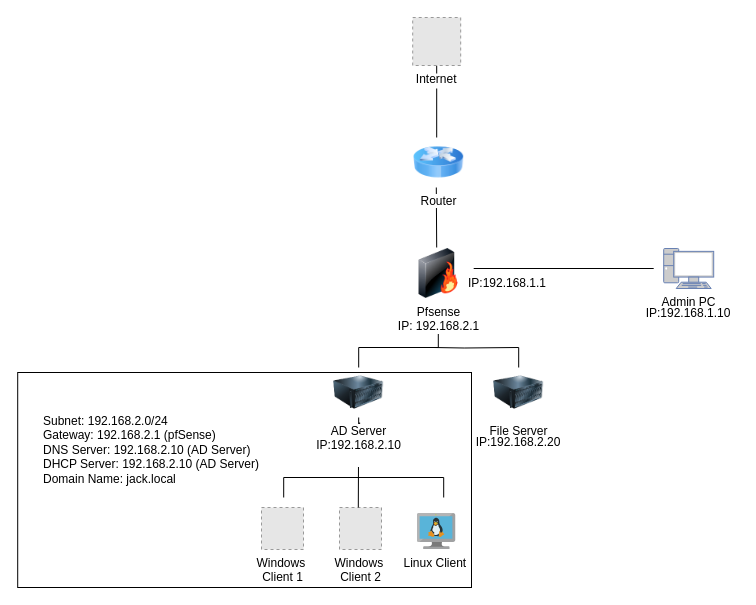
jack9789/AD-lab keeps this draw.io diagram as AD lab.drawio. Above is the earlier version. Source tidied: cells renumbered, new cells numbered last; positions are measured from the earlier drawing's top-left corner, leaving out a move shared by most shapes. Both pictures are drawn from the tidied source at 100%, with x=0, y=0 at pixel (17, 17). Pictures stored in the file or linked from it are replaced by grey dashed boxes.
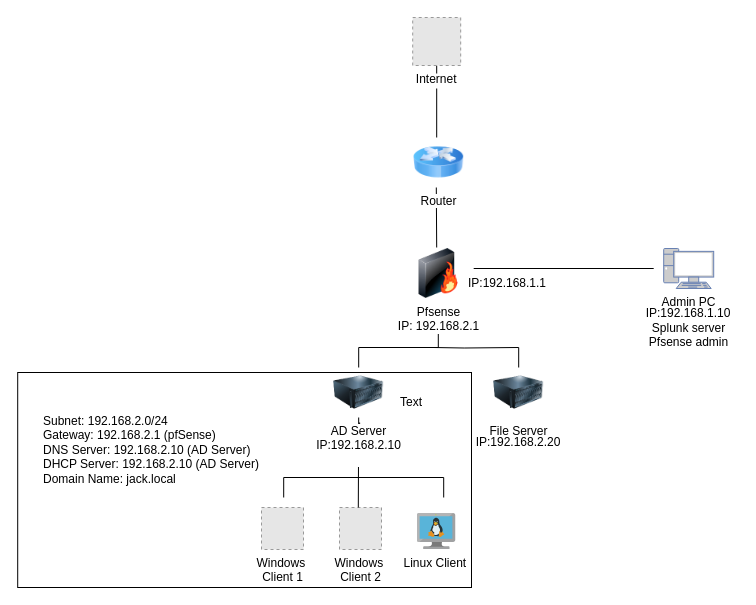
Above is the later version.

Diff of the diagram source:
```diff
@@
+    <mxCell id="24" value="Splunk server&lt;br&gt;Pfsense admin&lt;div&gt;&lt;br&gt;&lt;/div&gt;" style="text;html=1;align=center;verticalAlign=middle;strokeColor=none;fillColor=none;" parent="1" vertex="1">
+      <mxGeometry x="621.2" y="295" width="100" height="60" as="geometry" />
+    </mxCell>
+    <mxCell id="25" value="Text" style="text;strokeColor=none;align=center;fillColor=none;html=1;verticalAlign=middle;whiteSpace=wrap;rounded=0;" parent="1" vertex="1">
+      <mxGeometry x="364" y="370" width="60" height="30" as="geometry" />
+    </mxCell>
```
